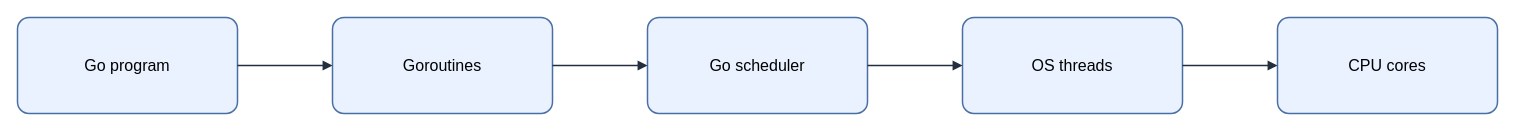
This is assets/img/go/goroutine-scheduling-model.drawio from KKamJi98/kkamji98.github.io, a draw.io file, before an edit. Source tidied: cells renumbered, new cells numbered last; positions are measured from the earlier drawing's top-left corner, leaving out a move shared by most shapes. Both pictures are drawn from the tidied source at 100%, with x=0, y=0 at pixel (17, 17).
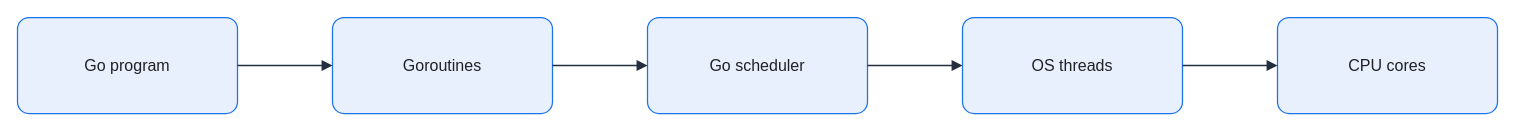
The same page after the edit.

Diff of the diagram source:
```diff
@@
 <mxGraphModel background="#FFFFFF">
   <root>
     <mxCell id="0" />
     <mxCell id="1" parent="0" />
-    <mxCell id="2" value="&lt;font style=&quot;color: rgb(0, 0, 0);&quot;&gt;Go program&lt;/font&gt;" style="rounded=1;arcSize=12;whiteSpace=wrap;html=1;fillColor=#EAF2FF;strokeColor=#4A6FA5;strokeWidth=1.5;fontColor=#000000;fontSize=16;align=center;verticalAlign=middle;spacing=8;shadow=0;" parent="1" vertex="1">
+    <mxCell id="2" value="Go program" style="rounded=1;arcSize=12;whiteSpace=wrap;html=0;fillColor=#E8F0FE;strokeColor=#1A73E8;strokeWidth=1.25;fontColor=#202124;fontSize=16;align=center;verticalAlign=middle;spacing=8;shadow=0;" parent="1" vertex="1">
       <mxGeometry width="220" height="96" as="geometry" />
     </mxCell>
-    <mxCell id="3" value="&lt;font style=&quot;color: rgb(0, 0, 0);&quot;&gt;Goroutines&lt;/font&gt;" style="rounded=1;arcSize=12;whiteSpace=wrap;html=1;fillColor=#EAF2FF;strokeColor=#4A6FA5;strokeWidth=1.5;fontColor=#000000;fontSize=16;align=center;verticalAlign=middle;spacing=8;shadow=0;" parent="1" vertex="1">
+    <mxCell id="3" value="Goroutines" style="rounded=1;arcSize=12;whiteSpace=wrap;html=0;fillColor=#E8F0FE;strokeColor=#1A73E8;strokeWidth=1.25;fontColor=#202124;fontSize=16;align=center;verticalAlign=middle;spacing=8;shadow=0;" parent="1" vertex="1">
       <mxGeometry x="315" width="220" height="96" as="geometry" />
     </mxCell>
-    <mxCell id="4" value="&lt;font style=&quot;color: rgb(0, 0, 0);&quot;&gt;Go scheduler&lt;/font&gt;" style="rounded=1;arcSize=12;whiteSpace=wrap;html=1;fillColor=#EAF2FF;strokeColor=#4A6FA5;strokeWidth=1.5;fontColor=#000000;fontSize=16;align=center;verticalAlign=middle;spacing=8;shadow=0;" parent="1" vertex="1">
+    <mxCell id="4" value="Go scheduler" style="rounded=1;arcSize=12;whiteSpace=wrap;html=0;fillColor=#E8F0FE;strokeColor=#1A73E8;strokeWidth=1.25;fontColor=#202124;fontSize=16;align=center;verticalAlign=middle;spacing=8;shadow=0;" parent="1" vertex="1">
       <mxGeometry x="630" width="220" height="96" as="geometry" />
     </mxCell>
-    <mxCell id="5" value="&lt;font style=&quot;color: rgb(0, 0, 0);&quot;&gt;OS threads&lt;/font&gt;" style="rounded=1;arcSize=12;whiteSpace=wrap;html=1;fillColor=#EAF2FF;strokeColor=#4A6FA5;strokeWidth=1.5;fontColor=#000000;fontSize=16;align=center;verticalAlign=middle;spacing=8;shadow=0;" parent="1" vertex="1">
+    <mxCell id="5" value="OS threads" style="rounded=1;arcSize=12;whiteSpace=wrap;html=0;fillColor=#E8F0FE;strokeColor=#1A73E8;strokeWidth=1.25;fontColor=#202124;fontSize=16;align=center;verticalAlign=middle;spacing=8;shadow=0;" parent="1" vertex="1">
       <mxGeometry x="945" width="220" height="96" as="geometry" />
     </mxCell>
-    <mxCell id="6" value="&lt;font style=&quot;color: rgb(0, 0, 0);&quot;&gt;CPU cores&lt;/font&gt;" style="rounded=1;arcSize=12;whiteSpace=wrap;html=1;fillColor=#EAF2FF;strokeColor=#4A6FA5;strokeWidth=1.5;fontColor=#000000;fontSize=16;align=center;verticalAlign=middle;spacing=8;shadow=0;" parent="1" vertex="1">
+    <mxCell id="6" value="CPU cores" style="rounded=1;arcSize=12;whiteSpace=wrap;html=0;fillColor=#E8F0FE;strokeColor=#1A73E8;strokeWidth=1.25;fontColor=#202124;fontSize=16;align=center;verticalAlign=middle;spacing=8;shadow=0;" parent="1" vertex="1">
       <mxGeometry x="1260" width="220" height="96" as="geometry" />
     </mxCell>
-    <mxCell id="7" style="edgeStyle=orthogonalEdgeStyle;rounded=0;jettySize=auto;html=1;endArrow=block;endFill=1;strokeColor=#232F3E;strokeWidth=1.5;fontColor=#000000;labelBackgroundColor=none;exitX=1;exitY=0.5;exitDx=0;exitDy=0;entryX=0;entryY=0.5;entryDx=0;entryDy=0;" parent="1" edge="1" source="2" target="3">
+    <mxCell id="7" style="edgeStyle=orthogonalEdgeStyle;rounded=0;jettySize=auto;html=0;endArrow=block;endFill=1;strokeColor=#232F3E;strokeWidth=1.5;fontColor=#202124;labelBackgroundColor=none;exitX=1;exitY=0.5;exitDx=0;exitDy=0;entryX=0;entryY=0.5;entryDx=0;entryDy=0;endSize=7;" parent="1" edge="1" source="2" target="3">
       <mxGeometry relative="1" as="geometry" />
     </mxCell>
-    <mxCell id="8" style="edgeStyle=orthogonalEdgeStyle;rounded=0;jettySize=auto;html=1;endArrow=block;endFill=1;strokeColor=#232F3E;strokeWidth=1.5;fontColor=#000000;labelBackgroundColor=none;exitX=1;exitY=0.5;exitDx=0;exitDy=0;entryX=0;entryY=0.5;entryDx=0;entryDy=0;" parent="1" edge="1" source="3" target="4">
+    <mxCell id="8" style="edgeStyle=orthogonalEdgeStyle;rounded=0;jettySize=auto;html=0;endArrow=block;endFill=1;strokeColor=#232F3E;strokeWidth=1.5;fontColor=#202124;labelBackgroundColor=none;exitX=1;exitY=0.5;exitDx=0;exitDy=0;entryX=0;entryY=0.5;entryDx=0;entryDy=0;endSize=7;" parent="1" edge="1" source="3" target="4">
       <mxGeometry relative="1" as="geometry" />
     </mxCell>
-    <mxCell id="9" style="edgeStyle=orthogonalEdgeStyle;rounded=0;jettySize=auto;html=1;endArrow=block;endFill=1;strokeColor=#232F3E;strokeWidth=1.5;fontColor=#000000;labelBackgroundColor=none;exitX=1;exitY=0.5;exitDx=0;exitDy=0;entryX=0;entryY=0.5;entryDx=0;entryDy=0;" parent="1" edge="1" source="4" target="5">
+    <mxCell id="9" style="edgeStyle=orthogonalEdgeStyle;rounded=0;jettySize=auto;html=0;endArrow=block;endFill=1;strokeColor=#232F3E;strokeWidth=1.5;fontColor=#202124;labelBackgroundColor=none;exitX=1;exitY=0.5;exitDx=0;exitDy=0;entryX=0;entryY=0.5;entryDx=0;entryDy=0;endSize=7;" parent="1" edge="1" source="4" target="5">
       <mxGeometry relative="1" as="geometry" />
     </mxCell>
-    <mxCell id="10" style="edgeStyle=orthogonalEdgeStyle;rounded=0;jettySize=auto;html=1;endArrow=block;endFill=1;strokeColor=#232F3E;strokeWidth=1.5;fontColor=#000000;labelBackgroundColor=none;exitX=1;exitY=0.5;exitDx=0;exitDy=0;entryX=0;entryY=0.5;entryDx=0;entryDy=0;" parent="1" edge="1" source="5" target="6">
+    <mxCell id="10" style="edgeStyle=orthogonalEdgeStyle;rounded=0;jettySize=auto;html=0;endArrow=block;endFill=1;strokeColor=#232F3E;strokeWidth=1.5;fontColor=#202124;labelBackgroundColor=none;exitX=1;exitY=0.5;exitDx=0;exitDy=0;entryX=0;entryY=0.5;entryDx=0;entryDy=0;endSize=7;" parent="1" edge="1" source="5" target="6">
       <mxGeometry relative="1" as="geometry" />
     </mxCell>
   </root>
 </mxGraphModel>
```
